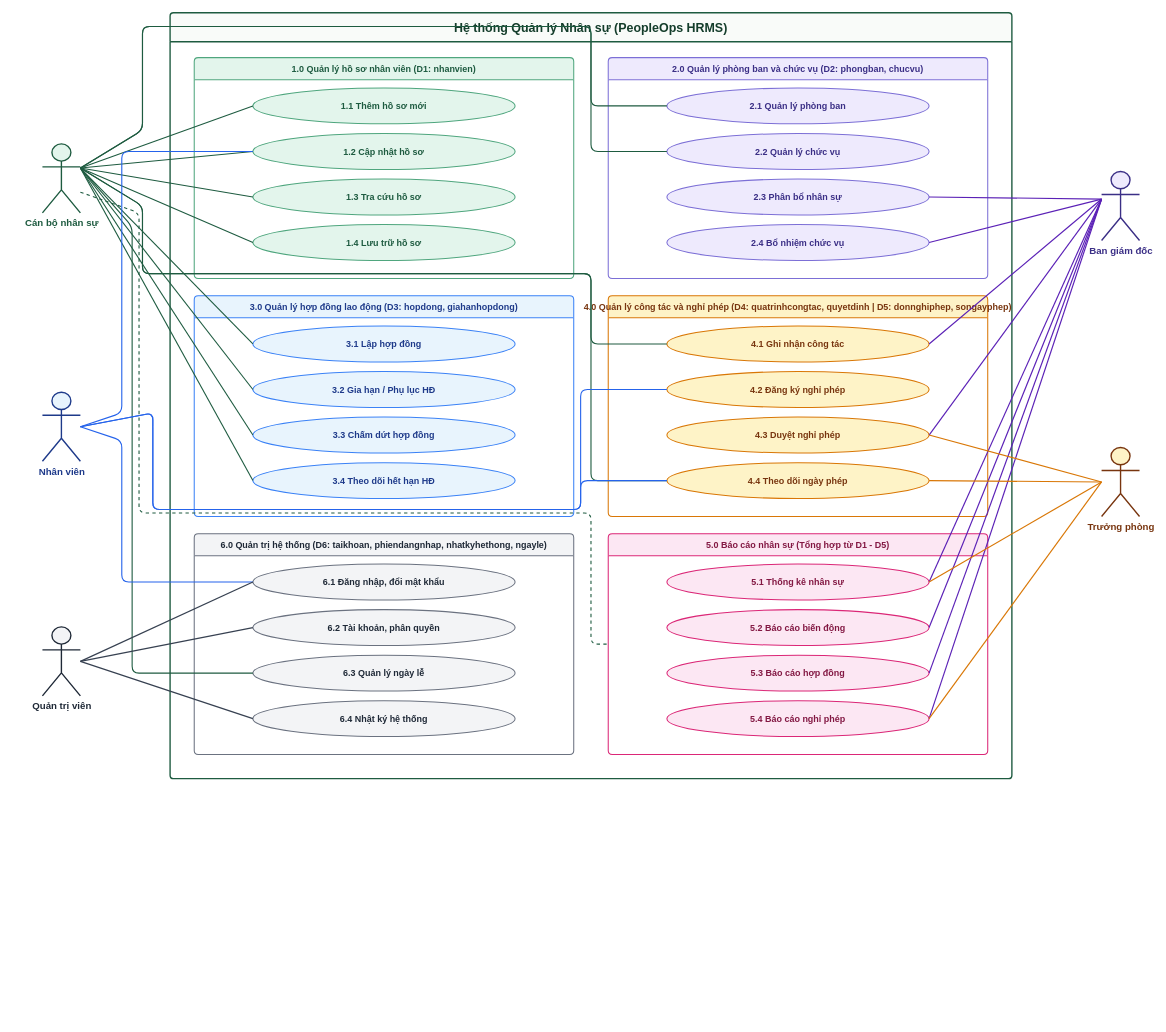
The draw.io diagram diagrams/usecase.drawio in ninhduo263/human-resource-management-system, before the edit. Source tidied: cells renumbered, new cells numbered last; positions are measured from the earlier drawing's top-left corner, leaving out a move shared by most shapes. Both pictures are drawn from the tidied source at 69%, with x=0, y=0 at pixel (42, 12).
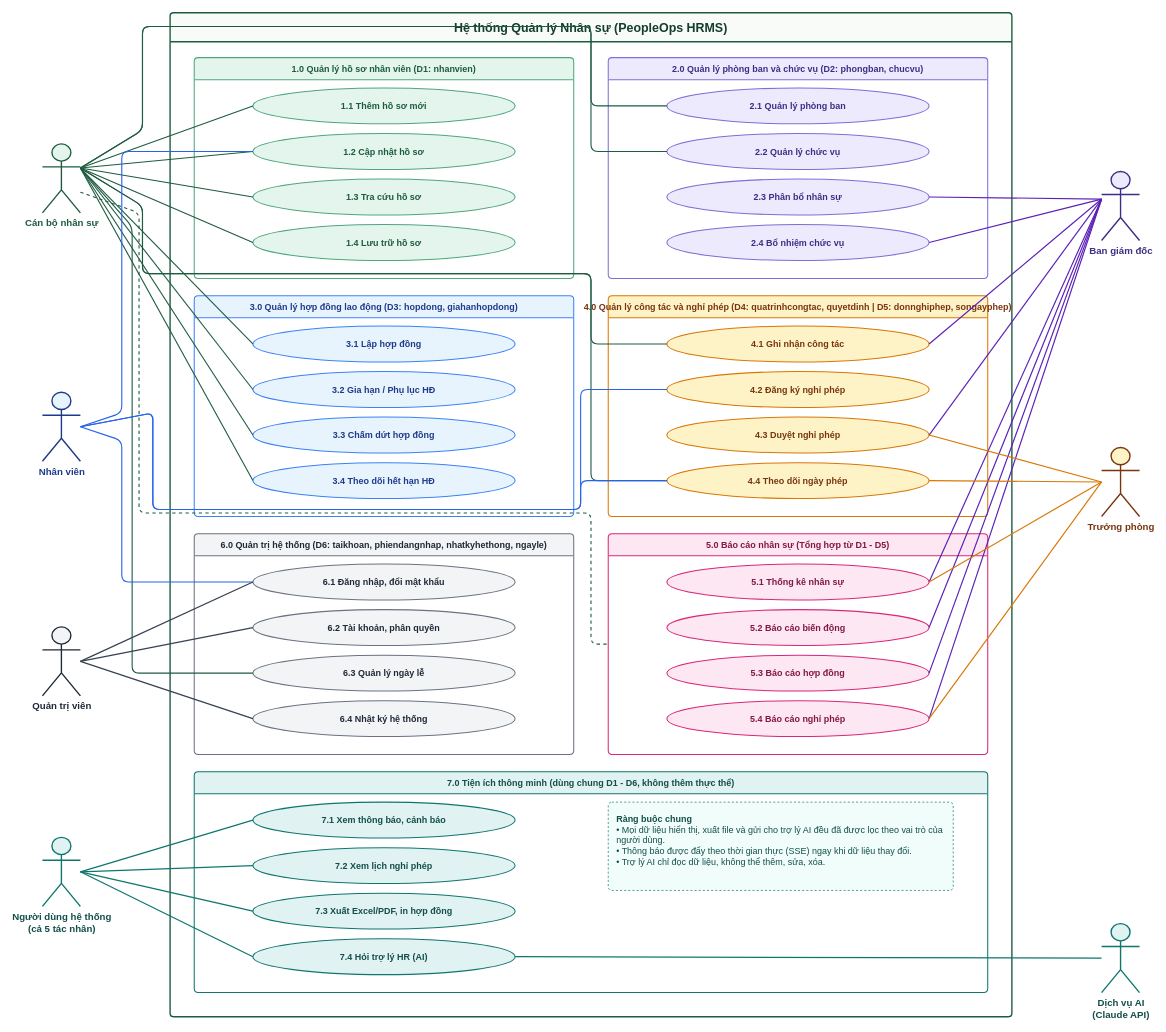
The same diagram, later.

The edit, as a diff of the source:
```diff
@@
     <mxCell id="2" value="Hệ thống Quản lý Nhân sự (PeopleOps HRMS)" style="swimlane;startSize=42;horizontal=1;fillColor=#F9FBF9;swimlaneFillColor=#FFFFFF;strokeColor=#1E5B40;strokeWidth=2;fontStyle=1;fontSize=18;fontColor=#143D2B;fontFamily=Helvetica;rounded=1;arcSize=4;" parent="1" vertex="1">
-      <mxGeometry x="185" width="1220" height="1110" as="geometry" />
+      <mxGeometry x="185" width="1220" height="1455" as="geometry" />
     </mxCell>
@@
+    <mxCell id="71" value="7.0 Tiện ích thông minh (dùng chung D1 - D6, không thêm thực thể)" style="swimlane;startSize=32;horizontal=1;fillColor=#E0F2F1;swimlaneFillColor=#FFFFFF;strokeColor=#0F766E;strokeWidth=1.5;fontStyle=1;fontSize=13;fontColor=#134E4A;fontFamily=Helvetica;rounded=1;arcSize=6;" parent="2" vertex="1">
+      <mxGeometry x="35" y="1100" width="1150" height="320" as="geometry" />
+    </mxCell>
+    <mxCell id="72" value="7.1 Xem thông báo, cảnh báo" style="ellipse;whiteSpace=wrap;html=1;fillColor=#E0F2F1;strokeColor=#0F766E;strokeWidth=1.5;fontSize=13;fontStyle=1;fontColor=#134E4A;fontFamily=Helvetica;" parent="71" vertex="1">
+      <mxGeometry x="85" y="44" width="380" height="52" as="geometry" />
+    </mxCell>
+    <mxCell id="73" value="7.2 Xem lịch nghỉ phép" style="ellipse;whiteSpace=wrap;html=1;fillColor=#E0F2F1;strokeColor=#0F766E;strokeWidth=1.5;fontSize=13;fontStyle=1;fontColor=#134E4A;fontFamily=Helvetica;" parent="71" vertex="1">
+      <mxGeometry x="85" y="110" width="380" height="52" as="geometry" />
+    </mxCell>
+    <mxCell id="74" value="7.3 Xuất Excel/PDF, in hợp đồng" style="ellipse;whiteSpace=wrap;html=1;fillColor=#E0F2F1;strokeColor=#0F766E;strokeWidth=1.5;fontSize=13;fontStyle=1;fontColor=#134E4A;fontFamily=Helvetica;" parent="71" vertex="1">
+      <mxGeometry x="85" y="176" width="380" height="52" as="geometry" />
+    </mxCell>
+    <mxCell id="75" value="7.4 Hỏi trợ lý HR (AI)" style="ellipse;whiteSpace=wrap;html=1;fillColor=#E0F2F1;strokeColor=#0F766E;strokeWidth=1.5;fontSize=13;fontStyle=1;fontColor=#134E4A;fontFamily=Helvetica;" parent="71" vertex="1">
+      <mxGeometry x="85" y="242" width="380" height="52" as="geometry" />
+    </mxCell>
+    <mxCell id="76" value="&lt;b&gt;Ràng buộc chung&lt;/b&gt;&lt;br&gt;• Mọi dữ liệu hiển thị, xuất file và gửi cho trợ lý AI đều đã được lọc theo vai trò của người dùng.&lt;br&gt;• Thông báo được đẩy theo thời gian thực (SSE) ngay khi dữ liệu thay đổi.&lt;br&gt;• Trợ lý AI chỉ đọc dữ liệu, không thể thêm, sửa, xóa." style="text;html=1;whiteSpace=wrap;align=left;verticalAlign=top;spacing=12;fontSize=13;fontFamily=Helvetica;fontColor=#134E4A;strokeColor=#0F766E;dashed=1;fillColor=#F0FDFA;rounded=1;arcSize=4;" parent="71" vertex="1">
+      <mxGeometry x="600" y="44" width="500" height="128" as="geometry" />
+    </mxCell>
+    <mxCell id="77" value="Người dùng hệ thống&#10;(cả 5 tác nhân)" style="shape=umlActor;verticalLabelPosition=bottom;verticalAlign=top;html=1;outlineConnect=0;strokeWidth=2;fontSize=14;fontStyle=1;fontFamily=Helvetica;fillColor=#E0F2F1;strokeColor=#0F766E;fontColor=#134E4A;" parent="1" vertex="1">
+      <mxGeometry y="1195" width="55" height="100" as="geometry" />
+    </mxCell>
+    <mxCell id="78" value="Dịch vụ AI&#10;(Claude API)" style="shape=umlActor;verticalLabelPosition=bottom;verticalAlign=top;html=1;outlineConnect=0;strokeWidth=2;fontSize=14;fontStyle=1;fontFamily=Helvetica;fillColor=#E0F2F1;strokeColor=#0F766E;fontColor=#134E4A;" parent="1" vertex="1">
+      <mxGeometry x="1535" y="1320" width="55" height="100" as="geometry" />
+    </mxCell>
+    <mxCell id="79" style="endArrow=none;html=1;rounded=1;strokeColor=#0F766E;strokeWidth=1.8;exitX=1;exitY=0.5;exitDx=0;exitDy=0;exitPerimeter=0;entryX=0;entryY=0.5;entryDx=0;entryDy=0;" parent="1" edge="1" source="77" target="72">
+      <mxGeometry relative="1" as="geometry" />
+    </mxCell>
+    <mxCell id="80" style="endArrow=none;html=1;rounded=1;strokeColor=#0F766E;strokeWidth=1.8;exitX=1;exitY=0.5;exitDx=0;exitDy=0;exitPerimeter=0;entryX=0;entryY=0.5;entryDx=0;entryDy=0;" parent="1" edge="1" source="77" target="73">
+      <mxGeometry relative="1" as="geometry" />
+    </mxCell>
+    <mxCell id="81" style="endArrow=none;html=1;rounded=1;strokeColor=#0F766E;strokeWidth=1.8;exitX=1;exitY=0.5;exitDx=0;exitDy=0;exitPerimeter=0;entryX=0;entryY=0.5;entryDx=0;entryDy=0;" parent="1" edge="1" source="77" target="74">
+      <mxGeometry relative="1" as="geometry" />
+    </mxCell>
+    <mxCell id="82" style="endArrow=none;html=1;rounded=1;strokeColor=#0F766E;strokeWidth=1.8;exitX=1;exitY=0.5;exitDx=0;exitDy=0;exitPerimeter=0;entryX=0;entryY=0.5;entryDx=0;entryDy=0;" parent="1" edge="1" source="77" target="75">
+      <mxGeometry relative="1" as="geometry" />
+    </mxCell>
+    <mxCell id="83" style="endArrow=none;html=1;rounded=1;strokeColor=#0F766E;strokeWidth=1.8;exitX=0;exitY=0.5;exitDx=0;exitDy=0;exitPerimeter=0;entryX=1;entryY=0.5;entryDx=0;entryDy=0;" parent="1" edge="1" source="78" target="75">
+      <mxGeometry relative="1" as="geometry" />
+    </mxCell>
```
